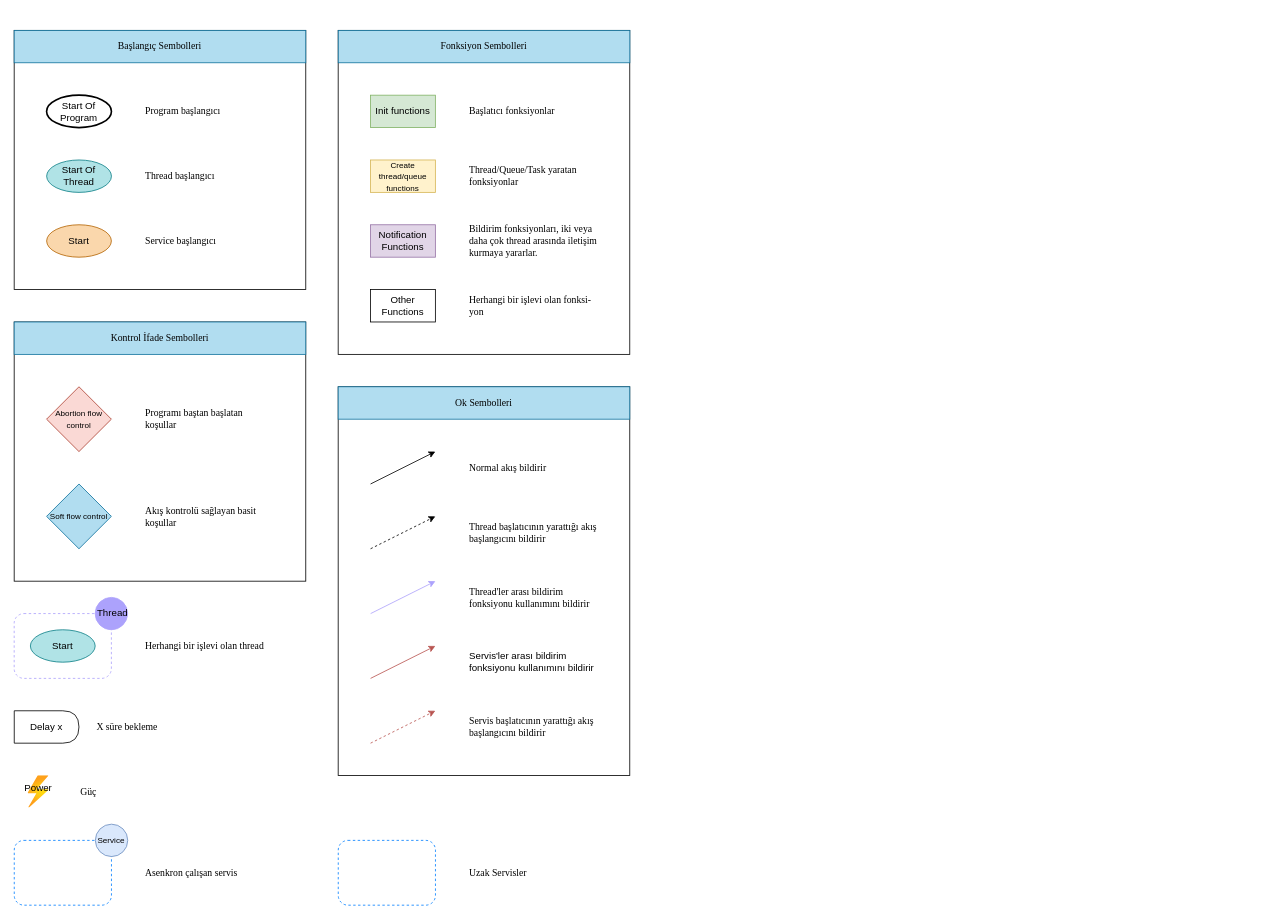
This is flow_chart_symbols.drawio from Mona-Roza/car_tracking, a draw.io file, before an edit. Source tidied: cells renumbered, new cells numbered last; positions are measured from the earlier drawing's top-left corner, leaving out a move shared by most shapes. Both pictures are drawn from the tidied source at 81%, with x=0, y=0 at pixel (14, 30).
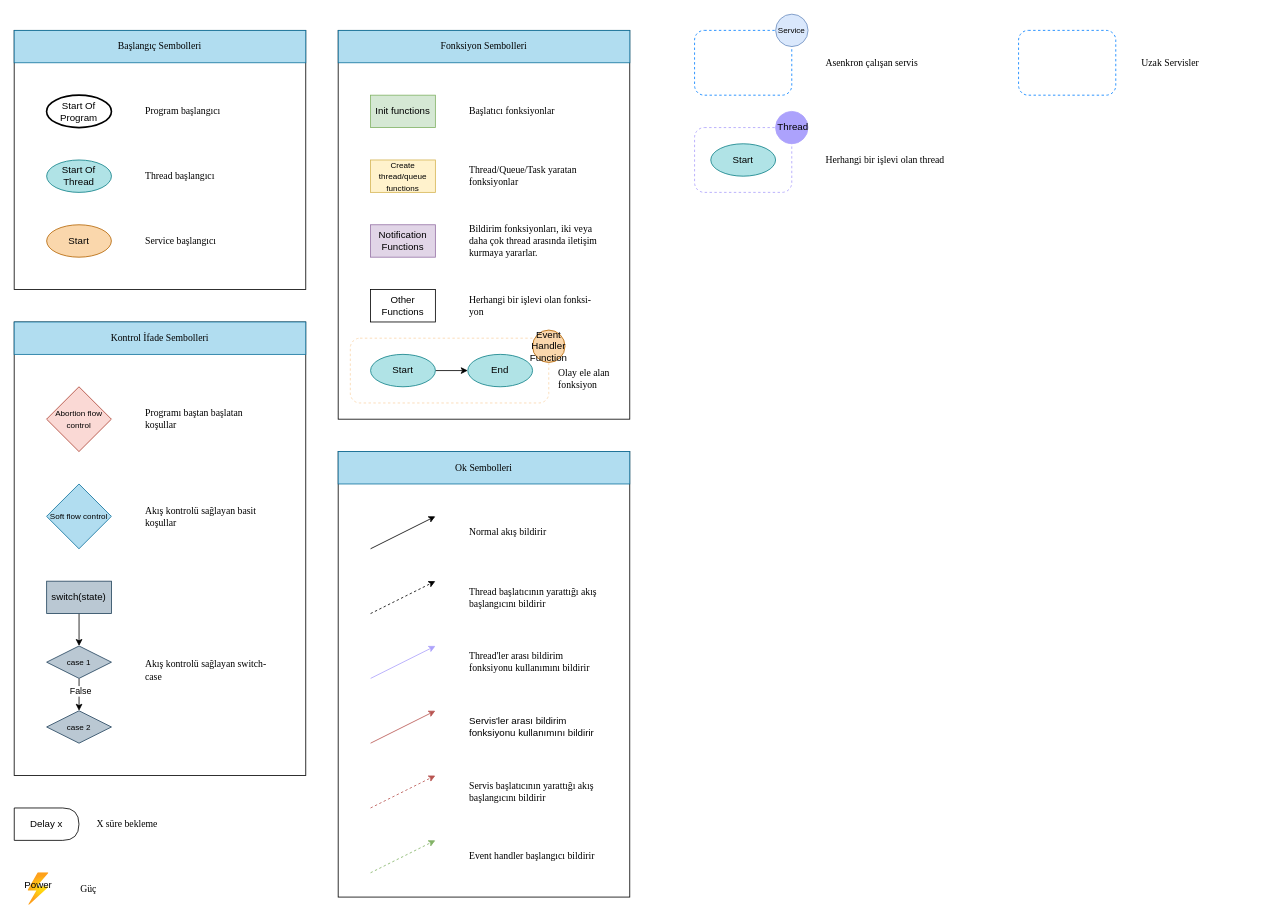
After the change.

Diff of the diagram source:
```diff
@@
     <mxCell id="2" style="rounded=0;whiteSpace=wrap;html=1;fillColor=none;" parent="1" vertex="1">
-      <mxGeometry x="400" y="440" width="360" height="480" as="geometry" />
+      <mxGeometry x="400" y="520" width="360" height="550" as="geometry" />
     </mxCell>
@@
     <mxCell id="4" style="rounded=0;whiteSpace=wrap;html=1;fillColor=none;" parent="1" vertex="1">
-      <mxGeometry x="400" width="360" height="400" as="geometry" />
+      <mxGeometry x="400" width="360" height="480" as="geometry" />
     </mxCell>
@@
     <mxCell id="18" style="rounded=0;whiteSpace=wrap;html=1;fillColor=none;" parent="1" vertex="1">
-      <mxGeometry y="360" width="360" height="320" as="geometry" />
+      <mxGeometry y="360" width="360" height="560" as="geometry" />
     </mxCell>
@@
     <mxCell id="25" style="rounded=1;whiteSpace=wrap;html=1;dashed=1;fillColor=none;strokeColor=#ACA2FC;" parent="1" vertex="1">
-      <mxGeometry y="720" width="120" height="80" as="geometry" />
+      <mxGeometry x="840" y="120" width="120" height="80" as="geometry" />
     </mxCell>
     <mxCell id="26" value="&amp;nbsp;Thread" style="ellipse;whiteSpace=wrap;html=1;fillColor=#ACA2FC;strokeColor=#ACA2FC;" parent="1" vertex="1">
-      <mxGeometry x="100" y="700" width="40" height="40" as="geometry" />
+      <mxGeometry x="940" y="100" width="40" height="40" as="geometry" />
     </mxCell>
     <mxCell id="27" value="Start" style="ellipse;whiteSpace=wrap;html=1;fillColor=#b0e3e6;strokeColor=#0e8088;" parent="1" vertex="1">
-      <mxGeometry x="20" y="740" width="80" height="40" as="geometry" />
+      <mxGeometry x="860" y="140" width="80" height="40" as="geometry" />
     </mxCell>
     <mxCell id="28" value="&lt;font face=&quot;Times New Roman&quot;&gt;Herhangi bir işlevi olan thread&lt;/font&gt;" style="text;html=1;strokeColor=none;fillColor=none;align=left;verticalAlign=middle;whiteSpace=wrap;rounded=0;" parent="1" vertex="1">
-      <mxGeometry x="160" y="740" width="160" height="40" as="geometry" />
+      <mxGeometry x="1000" y="140" width="160" height="40" as="geometry" />
     </mxCell>
     <mxCell id="29" value="Delay x" style="shape=delay;whiteSpace=wrap;html=1;" parent="1" vertex="1">
-      <mxGeometry x="0.1" y="840" width="79.9" height="40" as="geometry" />
+      <mxGeometry x="0.1" y="960" width="79.9" height="40" as="geometry" />
     </mxCell>
     <mxCell id="30" value="&lt;font face=&quot;Times New Roman&quot;&gt;X süre bekleme&amp;nbsp;&lt;/font&gt;" style="text;html=1;strokeColor=none;fillColor=none;align=left;verticalAlign=middle;whiteSpace=wrap;rounded=0;" parent="1" vertex="1">
-      <mxGeometry x="100" y="840" width="90" height="40" as="geometry" />
+      <mxGeometry x="100" y="960" width="90" height="40" as="geometry" />
     </mxCell>
     <mxCell id="31" style="image;html=1;align=center;fontSize=12;image=img/lib/azure2/general/Power.svg;" parent="1" vertex="1">
-      <mxGeometry x="17" y="920" width="25.9" height="40" as="geometry" />
+      <mxGeometry x="17" y="1040" width="25.9" height="40" as="geometry" />
     </mxCell>
     <mxCell id="32" value="Power" style="text;html=1;strokeColor=none;fillColor=none;align=center;verticalAlign=middle;whiteSpace=wrap;rounded=0;" parent="1" vertex="1">
-      <mxGeometry y="920" width="60" height="30" as="geometry" />
+      <mxGeometry y="1040" width="60" height="30" as="geometry" />
     </mxCell>
     <mxCell id="33" value="&lt;font face=&quot;Times New Roman&quot;&gt;Güç&lt;/font&gt;" style="text;html=1;strokeColor=none;fillColor=none;align=left;verticalAlign=middle;whiteSpace=wrap;rounded=0;" parent="1" vertex="1">
-      <mxGeometry x="80" y="920" width="40" height="40" as="geometry" />
+      <mxGeometry x="80" y="1040" width="40" height="40" as="geometry" />
     </mxCell>
     <mxCell id="34" value="&lt;font face=&quot;Times New Roman&quot;&gt;Ok Sembolleri&lt;/font&gt;" style="text;html=1;strokeColor=#10739e;fillColor=#b1ddf0;align=center;verticalAlign=middle;whiteSpace=wrap;rounded=0;" parent="1" vertex="1">
-      <mxGeometry x="400" y="440" width="360" height="40" as="geometry" />
+      <mxGeometry x="400" y="520" width="360" height="40" as="geometry" />
     </mxCell>
     <mxCell id="35" style="endArrow=classic;html=1;rounded=0;entryX=0.333;entryY=0.333;entryDx=0;entryDy=0;entryPerimeter=0;dashed=1;" parent="1" edge="1">
       <mxGeometry relative="1" as="geometry">
-        <mxPoint x="440" y="640" as="sourcePoint" />
-        <mxPoint x="520" y="600" as="targetPoint" />
+        <mxPoint x="440" y="720" as="sourcePoint" />
+        <mxPoint x="520" y="680" as="targetPoint" />
       </mxGeometry>
     </mxCell>
     <mxCell id="36" style="endArrow=classic;html=1;rounded=0;entryX=0.333;entryY=0.333;entryDx=0;entryDy=0;entryPerimeter=0;" parent="1" edge="1">
       <mxGeometry relative="1" as="geometry">
-        <mxPoint x="440" y="560" as="sourcePoint" />
-        <mxPoint x="520" y="520" as="targetPoint" />
+        <mxPoint x="440" y="640" as="sourcePoint" />
+        <mxPoint x="520" y="600" as="targetPoint" />
       </mxGeometry>
     </mxCell>
     <mxCell id="37" style="endArrow=classic;html=1;rounded=0;entryX=0.333;entryY=0.333;entryDx=0;entryDy=0;entryPerimeter=0;strokeColor=#ACA2FC;" parent="1" edge="1">
       <mxGeometry relative="1" as="geometry">
-        <mxPoint x="440.1" y="720" as="sourcePoint" />
-        <mxPoint x="520.1" y="680" as="targetPoint" />
+        <mxPoint x="440.1" y="800" as="sourcePoint" />
+        <mxPoint x="520.1" y="760" as="targetPoint" />
       </mxGeometry>
     </mxCell>
     <mxCell id="38" value="&lt;font face=&quot;Times New Roman&quot;&gt;Normal akış bildirir&lt;/font&gt;" style="text;html=1;strokeColor=none;fillColor=none;align=left;verticalAlign=middle;whiteSpace=wrap;rounded=0;" parent="1" vertex="1">
-      <mxGeometry x="560" y="520" width="160" height="40" as="geometry" />
+      <mxGeometry x="560" y="600" width="160" height="40" as="geometry" />
     </mxCell>
     <mxCell id="39" value="&lt;font face=&quot;Times New Roman&quot;&gt;Thread başlatıcının yarattığı akış başlangıcını bildirir&lt;/font&gt;" style="text;html=1;strokeColor=none;fillColor=none;align=left;verticalAlign=middle;whiteSpace=wrap;rounded=0;" parent="1" vertex="1">
-      <mxGeometry x="560" y="600" width="160" height="40" as="geometry" />
+      <mxGeometry x="560" y="680" width="160" height="40" as="geometry" />
     </mxCell>
     <mxCell id="40" value="&lt;font face=&quot;Times New Roman&quot;&gt;Thread'ler arası bildirim fonksiyonu kullanımını bildirir&lt;/font&gt;" style="text;html=1;strokeColor=none;fillColor=none;align=left;verticalAlign=middle;whiteSpace=wrap;rounded=0;" parent="1" vertex="1">
-      <mxGeometry x="560" y="680" width="160" height="40" as="geometry" />
+      <mxGeometry x="560" y="760" width="160" height="40" as="geometry" />
     </mxCell>
@@
     <mxCell id="43" style="rounded=1;whiteSpace=wrap;html=1;dashed=1;strokeColor=#007FFF;fillColor=none;" parent="1" vertex="1">
-      <mxGeometry x="0.1" y="1000" width="120" height="80" as="geometry" />
+      <mxGeometry x="840" width="120" height="80" as="geometry" />
     </mxCell>
     <mxCell id="44" value="Service" style="ellipse;whiteSpace=wrap;html=1;fillColor=#dae8fc;strokeColor=#6c8ebf;align=center;fontSize=10;" parent="1" vertex="1">
-      <mxGeometry x="100.2" y="980" width="40" height="40" as="geometry" />
+      <mxGeometry x="940.1" y="-20" width="40" height="40" as="geometry" />
     </mxCell>
     <mxCell id="45" style="rounded=1;whiteSpace=wrap;html=1;dashed=1;strokeColor=#007FFF;fillColor=none;" parent="1" vertex="1">
-      <mxGeometry x="400.1" y="1000" width="120" height="80" as="geometry" />
+      <mxGeometry x="1240" width="120" height="80" as="geometry" />
     </mxCell>
     <mxCell id="46" value="&lt;font face=&quot;Times New Roman&quot;&gt;Uzak Servisler&lt;/font&gt;" style="text;html=1;strokeColor=none;fillColor=none;align=left;verticalAlign=middle;whiteSpace=wrap;rounded=0;" parent="1" vertex="1">
-      <mxGeometry x="560.1" y="1020" width="160" height="40" as="geometry" />
+      <mxGeometry x="1390" y="20" width="160" height="40" as="geometry" />
     </mxCell>
     <mxCell id="47" value="&lt;font face=&quot;Times New Roman&quot;&gt;Asenkron çalışan servis&lt;/font&gt;" style="text;html=1;strokeColor=none;fillColor=none;align=left;verticalAlign=middle;whiteSpace=wrap;rounded=0;" parent="1" vertex="1">
-      <mxGeometry x="160.1" y="1020" width="160" height="40" as="geometry" />
+      <mxGeometry x="1000" y="20" width="160" height="40" as="geometry" />
     </mxCell>
     <mxCell id="48" style="endArrow=classic;html=1;rounded=0;fillColor=#f8cecc;strokeColor=#b85450;" parent="1" edge="1">
       <mxGeometry relative="1" as="geometry">
-        <mxPoint x="440" y="800" as="sourcePoint" />
-        <mxPoint x="520" y="760" as="targetPoint" />
+        <mxPoint x="440" y="880" as="sourcePoint" />
+        <mxPoint x="520" y="840" as="targetPoint" />
       </mxGeometry>
     </mxCell>
     <mxCell id="49" style="endArrow=classic;html=1;rounded=0;entryX=0.333;entryY=0.333;entryDx=0;entryDy=0;entryPerimeter=0;dashed=1;fillColor=#f8cecc;strokeColor=#b85450;" parent="1" edge="1">
       <mxGeometry relative="1" as="geometry">
-        <mxPoint x="440" y="880" as="sourcePoint" />
-        <mxPoint x="520" y="840" as="targetPoint" />
+        <mxPoint x="440" y="960" as="sourcePoint" />
+        <mxPoint x="520" y="920" as="targetPoint" />
       </mxGeometry>
     </mxCell>
     <mxCell id="50" value="Servis'ler arası bildirim fonksiyonu kullanımını bildirir" style="text;html=1;strokeColor=none;fillColor=none;align=left;verticalAlign=middle;whiteSpace=wrap;rounded=0;" parent="1" vertex="1">
-      <mxGeometry x="560" y="760" width="160" height="40" as="geometry" />
+      <mxGeometry x="560" y="840" width="160" height="40" as="geometry" />
     </mxCell>
     <mxCell id="51" value="&lt;font face=&quot;Times New Roman&quot;&gt;Servis başlatıcının yarattığı akış başlangıcını bildirir&lt;/font&gt;" style="text;html=1;strokeColor=none;fillColor=none;align=left;verticalAlign=middle;whiteSpace=wrap;rounded=0;" parent="1" vertex="1">
-      <mxGeometry x="560" y="840" width="160" height="40" as="geometry" />
+      <mxGeometry x="560" y="920" width="160" height="40" as="geometry" />
     </mxCell>
+    <mxCell id="52" style="edgeStyle=orthogonalEdgeStyle;rounded=0;jettySize=auto;html=1;exitX=0.5;exitY=1;exitDx=0;exitDy=0;entryX=0.5;entryY=0;entryDx=0;entryDy=0;" parent="1" edge="1" source="53" target="56">
+      <mxGeometry relative="1" as="geometry" />
+    </mxCell>
+    <mxCell id="53" value="switch(state)" style="whiteSpace=wrap;html=1;fillColor=#bac8d3;strokeColor=#23445d;" parent="1" vertex="1">
+      <mxGeometry x="40.1" y="680" width="80" height="40" as="geometry" />
+    </mxCell>
+    <mxCell id="54" style="edgeStyle=orthogonalEdgeStyle;rounded=0;jettySize=auto;html=1;entryX=0.5;entryY=0;entryDx=0;entryDy=0;" parent="1" edge="1" source="56" target="57">
+      <mxGeometry relative="1" as="geometry" />
+    </mxCell>
+    <mxCell id="55" value="False" style="edgeLabel;html=1;align=center;verticalAlign=middle;" parent="54" vertex="1">
+      <mxGeometry x="-0.24" y="1" relative="1" as="geometry" />
+    </mxCell>
+    <mxCell id="56" value="&lt;font style=&quot;font-size: 10px;&quot;&gt;case 1&lt;br&gt;&lt;/font&gt;" style="rhombus;whiteSpace=wrap;html=1;fillColor=#bac8d3;strokeColor=#23445d;" parent="1" vertex="1">
+      <mxGeometry x="40.1" y="760" width="80" height="40" as="geometry" />
+    </mxCell>
+    <mxCell id="57" value="&lt;font style=&quot;font-size: 10px;&quot;&gt;case 2&lt;br&gt;&lt;/font&gt;" style="rhombus;whiteSpace=wrap;html=1;fillColor=#bac8d3;strokeColor=#23445d;" parent="1" vertex="1">
+      <mxGeometry x="40.1" y="840" width="80" height="40" as="geometry" />
+    </mxCell>
+    <mxCell id="58" value="&lt;font face=&quot;Times New Roman&quot;&gt;Akış kontrolü sağlayan switch-case&lt;/font&gt;" style="text;html=1;strokeColor=none;fillColor=none;align=left;verticalAlign=middle;whiteSpace=wrap;rounded=0;" parent="1" vertex="1">
+      <mxGeometry x="160" y="750" width="160" height="80" as="geometry" />
+    </mxCell>
+    <mxCell id="59" style="rounded=1;whiteSpace=wrap;html=1;dashed=1;fillColor=none;strokeColor=#fad7ac;" parent="1" vertex="1">
+      <mxGeometry x="415" y="380" width="245" height="80" as="geometry" />
+    </mxCell>
+    <mxCell id="60" value="Event Handler Function" style="ellipse;whiteSpace=wrap;html=1;fillColor=#fad7ac;strokeColor=#b46504;" parent="1" vertex="1">
+      <mxGeometry x="640" y="370" width="40" height="40" as="geometry" />
+    </mxCell>
+    <mxCell id="61" style="edgeStyle=orthogonalEdgeStyle;rounded=0;jettySize=auto;html=1;" parent="1" edge="1" source="62" target="63">
+      <mxGeometry relative="1" as="geometry" />
+    </mxCell>
+    <mxCell id="62" value="Start" style="ellipse;whiteSpace=wrap;html=1;fillColor=#b0e3e6;strokeColor=#0e8088;" parent="1" vertex="1">
+      <mxGeometry x="440" y="400" width="80" height="40" as="geometry" />
+    </mxCell>
+    <mxCell id="63" value="End" style="ellipse;whiteSpace=wrap;html=1;fillColor=#b0e3e6;strokeColor=#0e8088;" parent="1" vertex="1">
+      <mxGeometry x="560" y="400" width="80" height="40" as="geometry" />
+    </mxCell>
+    <mxCell id="64" value="&lt;font face=&quot;Times New Roman&quot;&gt;Olay ele alan fonksiyon&lt;/font&gt;" style="text;html=1;strokeColor=none;fillColor=none;align=left;verticalAlign=middle;whiteSpace=wrap;rounded=0;" parent="1" vertex="1">
+      <mxGeometry x="670" y="410" width="70" height="40" as="geometry" />
+    </mxCell>
+    <mxCell id="65" style="endArrow=classic;html=1;rounded=0;entryX=0.333;entryY=0.333;entryDx=0;entryDy=0;entryPerimeter=0;dashed=1;fillColor=#d5e8d4;strokeColor=#82b366;" parent="1" edge="1">
+      <mxGeometry relative="1" as="geometry">
+        <mxPoint x="440" y="1040" as="sourcePoint" />
+        <mxPoint x="520" y="1000" as="targetPoint" />
+      </mxGeometry>
+    </mxCell>
+    <mxCell id="66" value="&lt;font face=&quot;Times New Roman&quot;&gt;Event handler başlangıcı bildirir&lt;/font&gt;" style="text;html=1;strokeColor=none;fillColor=none;align=left;verticalAlign=middle;whiteSpace=wrap;rounded=0;" parent="1" vertex="1">
+      <mxGeometry x="560" y="1000" width="160" height="40" as="geometry" />
+    </mxCell>
```
